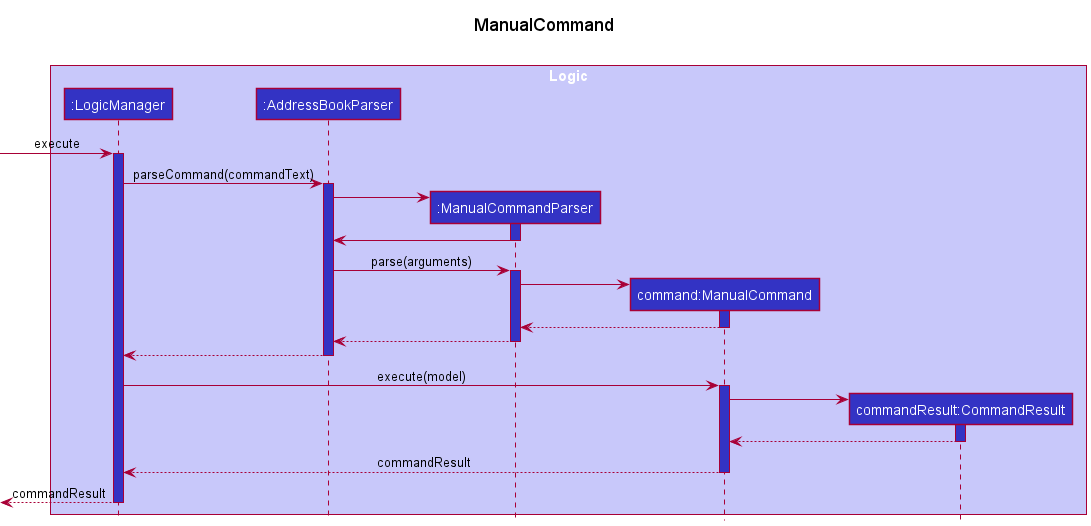
Earlier version of the PlantUML export docs/images/ManualCommandSequenceDiagram.png (nus-cs2103-AY2122S2/tp).
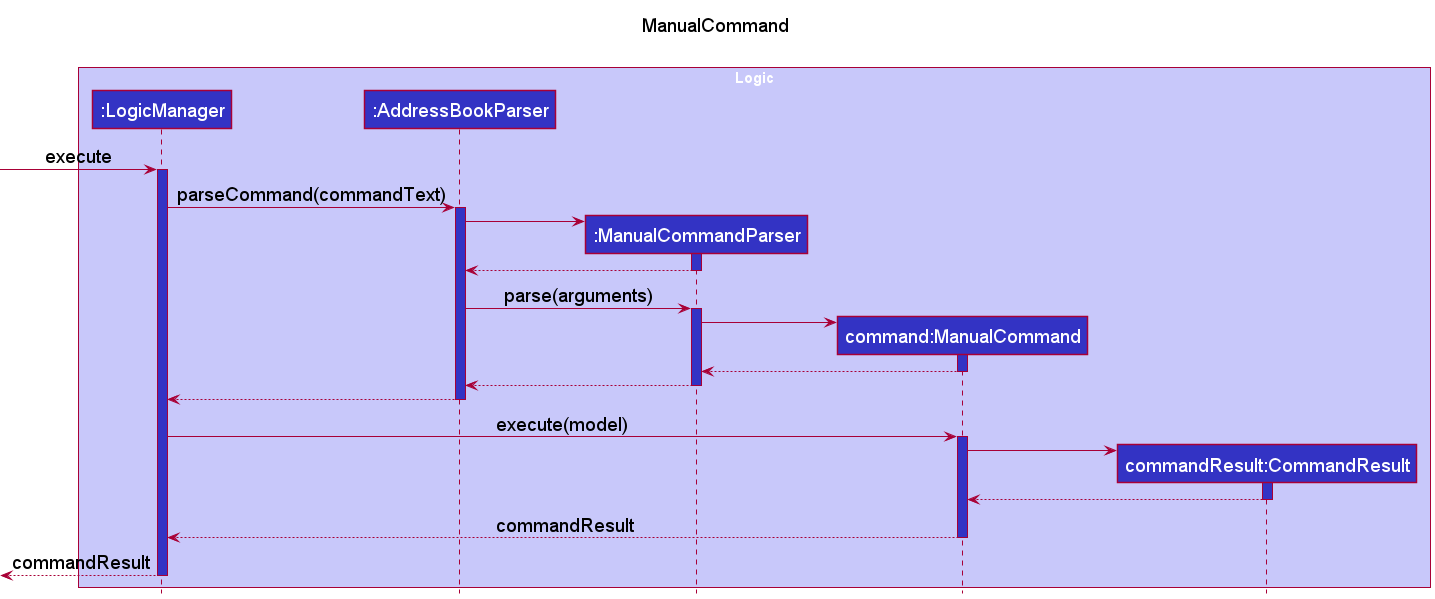
Later version of the same file.

What changed in the source:
```diff
@@ -20,7 +20,7 @@
 create ManualCommandParser
 AddressBookParser -> ManualCommandParser
 activate ManualCommandParser LOGIC_COLOR
-ManualCommandParser -> AddressBookParser
+ManualCommandParser --> AddressBookParser
 deactivate ManualCommandParser
 
 AddressBookParser -> ManualCommandParser: parse(arguments)
```
